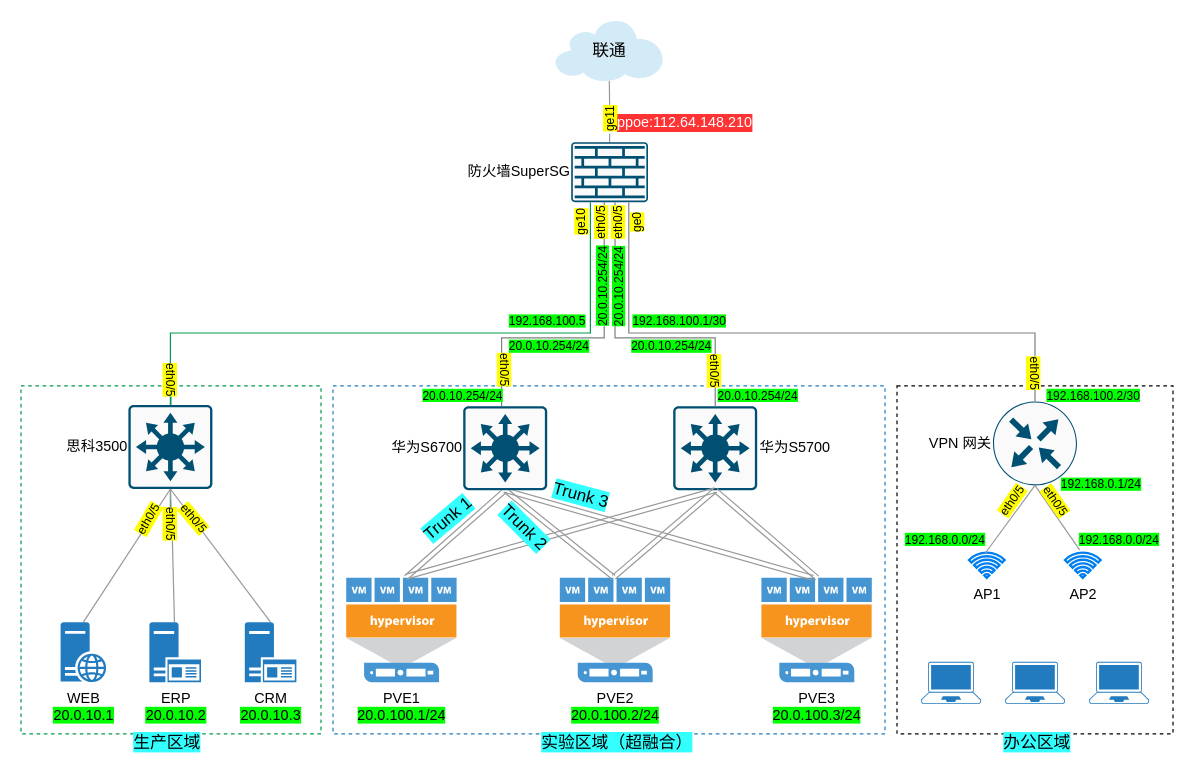
Above: page "实验环境拓扑图" (5 of 5) of Untitled Diagram.drawio in ahhfltj/cloud (draw.io), before the change. Source tidied: cells renumbered, new cells numbered last; positions are measured from the earlier drawing's top-left corner, leaving out a move shared by most shapes. Both pictures are drawn from the tidied source at 120%, with x=0, y=0 at pixel (20, 20).
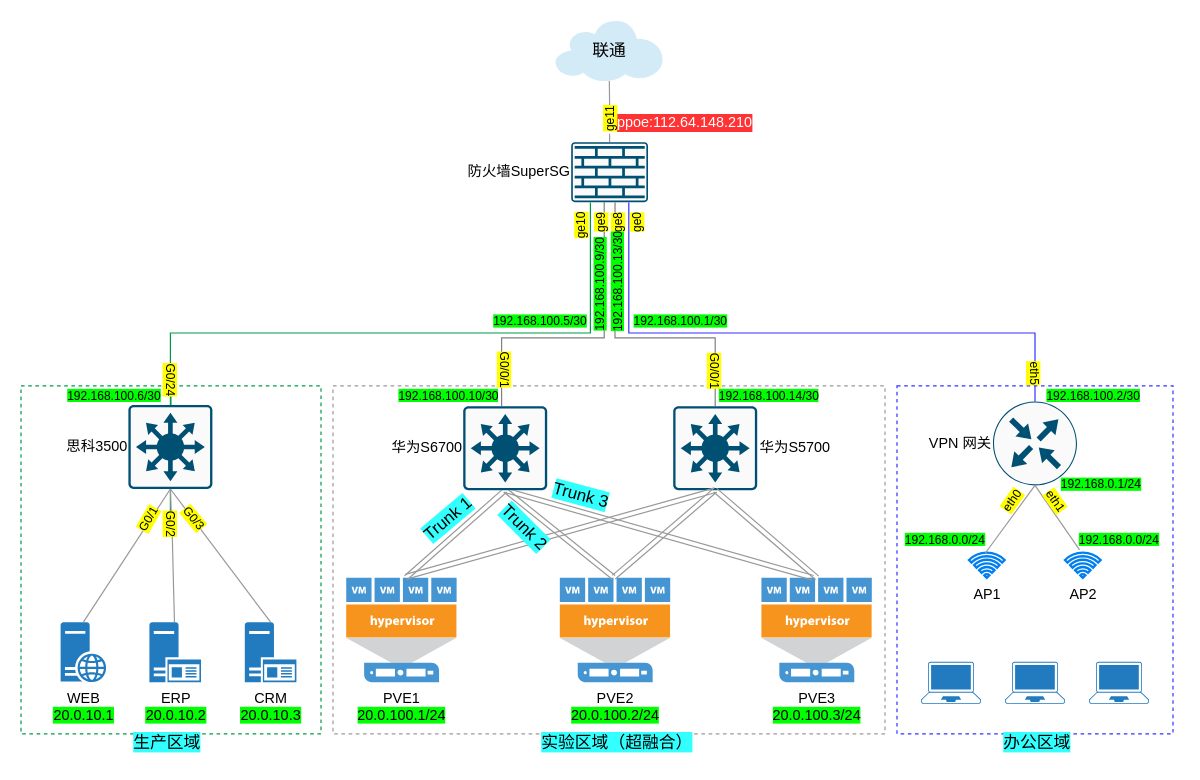
After the change.

The change refers to these unchanged cells:
```xml
<mxCell id="8" value="VPN 网关" style="points=[[0.5,0,0],[1,0.5,0],[0.5,1,0],[0,0.5,0],[0.145,0.145,0],[0.8555,0.145,0],[0.855,0.8555,0],[0.145,0.855,0]];verticalLabelPosition=middle;html=1;verticalAlign=middle;align=right;shape=mxgraph.cisco19.rect;prIcon=router;fillColor=#FAFAFA;strokeColor=#005073;labelPosition=left;" parent="1" vertex="1">
  <mxGeometry x="810" y="317" width="70" height="70" as="geometry" />
</mxCell>
<mxCell id="68" value="防火墙SuperSG" style="points=[[0.015,0.015,0],[0.985,0.015,0],[0.985,0.985,0],[0.015,0.985,0],[0.25,0,0],[0.5,0,0],[0.75,0,0],[1,0.25,0],[1,0.5,0],[1,0.75,0],[0.75,1,0],[0.5,1,0],[0.25,1,0],[0,0.75,0],[0,0.5,0],[0,0.25,0]];verticalLabelPosition=middle;html=1;verticalAlign=middle;align=right;shape=mxgraph.cisco19.rect;prIcon=firewall;fillColor=#FAFAFA;strokeColor=#005073;labelPosition=left;" parent="1" vertex="1">
  <mxGeometry x="458.5" y="101" width="64" height="50" as="geometry" />
</mxCell>
```

The edit, as a diff of the source:
```diff
@@
-    <mxCell id="2" style="whiteSpace=wrap;html=1;fontSize=14;verticalAlign=top;fillColor=none;dashed=1;" parent="1" vertex="1">
+    <mxCell id="2" style="whiteSpace=wrap;html=1;fontSize=14;verticalAlign=top;fillColor=none;dashed=1;strokeColor=#3333FF;" parent="1" vertex="1">
       <mxGeometry x="730" y="304" width="230" height="290" as="geometry" />
     </mxCell>
@@
-    <mxCell id="4" style="whiteSpace=wrap;html=1;fontSize=14;verticalAlign=top;fillColor=none;dashed=1;strokeColor=#227BBF;" parent="1" vertex="1">
+    <mxCell id="4" style="whiteSpace=wrap;html=1;fontSize=14;verticalAlign=top;fillColor=none;dashed=1;strokeColor=#999999;" parent="1" vertex="1">
       <mxGeometry x="260" y="304" width="460" height="290" as="geometry" />
     </mxCell>
@@
-    <mxCell id="22" style="edgeStyle=orthogonalEdgeStyle;rounded=0;elbow=vertical;html=1;startSize=10;endArrow=none;endFill=0;endSize=10;jettySize=auto;strokeColor=#808080;fontSize=14;exitX=0.75;exitY=1;exitDx=0;exitDy=0;exitPerimeter=0;entryX=0.5;entryY=0;entryDx=0;entryDy=0;entryPerimeter=0;" parent="1" edge="1" source="68" target="8">
+    <mxCell id="22" style="edgeStyle=orthogonalEdgeStyle;rounded=0;elbow=vertical;html=1;startSize=10;endArrow=none;endFill=0;endSize=10;jettySize=auto;fontSize=14;exitX=0.75;exitY=1;exitDx=0;exitDy=0;exitPerimeter=0;entryX=0.5;entryY=0;entryDx=0;entryDy=0;entryPerimeter=0;strokeColor=#3333FF;" parent="1" edge="1" source="68" target="8">
       <mxGeometry relative="1" as="geometry">
         <Array as="points">
           <mxPoint x="507" y="260" />
           <mxPoint x="845" y="260" />
         </Array>
       </mxGeometry>
     </mxCell>
@@
     <mxCell id="41" value="&lt;div style=&quot;font-size: 10px&quot;&gt;ge10&lt;/div&gt;" style="text;whiteSpace=wrap;html=1;horizontal=0;align=center;verticalAlign=middle;labelBackgroundColor=#FFFF00;fontSize=10;" parent="1" vertex="1">
-      <mxGeometry x="458.5" y="156" width="16" height="24" as="geometry" />
+      <mxGeometry x="458.5" y="159" width="16" height="24" as="geometry" />
     </mxCell>
-    <mxCell id="42" value="&lt;div style=&quot;font-size: 10px&quot;&gt;eth0/5&lt;/div&gt;" style="text;whiteSpace=wrap;html=1;horizontal=0;align=center;verticalAlign=middle;labelBackgroundColor=#FFFF00;fontSize=10;" parent="1" vertex="1">
+    <mxCell id="42" value="&lt;div style=&quot;font-size: 10px&quot;&gt;ge9&lt;/div&gt;" style="text;whiteSpace=wrap;html=1;horizontal=0;align=center;verticalAlign=middle;labelBackgroundColor=#FFFF00;fontSize=10;" parent="1" vertex="1">
       <mxGeometry x="475" y="156" width="16" height="24" as="geometry" />
     </mxCell>
-    <mxCell id="43" value="&lt;div style=&quot;font-size: 10px&quot;&gt;eth0/5&lt;/div&gt;" style="text;whiteSpace=wrap;html=1;horizontal=0;align=center;verticalAlign=middle;labelBackgroundColor=#FFFF00;fontSize=10;" parent="1" vertex="1">
+    <mxCell id="43" value="&lt;div style=&quot;font-size: 10px&quot;&gt;ge8&lt;/div&gt;" style="text;whiteSpace=wrap;html=1;horizontal=0;align=center;verticalAlign=middle;labelBackgroundColor=#FFFF00;fontSize=10;" parent="1" vertex="1">
       <mxGeometry x="489" y="156" width="16" height="24" as="geometry" />
     </mxCell>
@@
-    <mxCell id="45" value="&lt;div style=&quot;font-size: 10px&quot;&gt;eth0/5&lt;/div&gt;" style="text;whiteSpace=wrap;html=1;horizontal=0;align=center;verticalAlign=middle;labelBackgroundColor=#FFFF00;fontSize=10;rotation=-180;" parent="1" vertex="1">
+    <mxCell id="45" value="&lt;div style=&quot;font-size: 10px&quot;&gt;eth5&lt;/div&gt;" style="text;whiteSpace=wrap;html=1;horizontal=0;align=center;verticalAlign=middle;labelBackgroundColor=#FFFF00;fontSize=10;rotation=-180;" parent="1" vertex="1">
       <mxGeometry x="837" y="282" width="16" height="24" as="geometry" />
     </mxCell>
-    <mxCell id="46" value="&lt;div style=&quot;font-size: 10px&quot;&gt;eth0/5&lt;/div&gt;" style="text;whiteSpace=wrap;html=1;horizontal=0;align=center;verticalAlign=middle;labelBackgroundColor=#FFFF00;fontSize=10;rotation=-215;" parent="1" vertex="1">
+    <mxCell id="46" value="&lt;div style=&quot;font-size: 10px&quot;&gt;eth1&lt;/div&gt;" style="text;whiteSpace=wrap;html=1;horizontal=0;align=center;verticalAlign=middle;labelBackgroundColor=#FFFF00;fontSize=10;rotation=-215;" parent="1" vertex="1">
       <mxGeometry x="855" y="388" width="16" height="24" as="geometry" />
     </mxCell>
-    <mxCell id="47" value="&lt;div style=&quot;font-size: 10px&quot;&gt;eth0/5&lt;/div&gt;" style="text;whiteSpace=wrap;html=1;horizontal=0;align=center;verticalAlign=middle;labelBackgroundColor=#FFFF00;fontSize=10;rotation=35;" parent="1" vertex="1">
+    <mxCell id="47" value="&lt;div style=&quot;font-size: 10px&quot;&gt;eth0&lt;/div&gt;" style="text;whiteSpace=wrap;html=1;horizontal=0;align=center;verticalAlign=middle;labelBackgroundColor=#FFFF00;fontSize=10;rotation=35;" parent="1" vertex="1">
       <mxGeometry x="815" y="388" width="21" height="24" as="geometry" />
     </mxCell>
-    <mxCell id="48" value="&lt;div style=&quot;font-size: 10px&quot;&gt;eth0/5&lt;/div&gt;" style="text;whiteSpace=wrap;html=1;horizontal=0;align=center;verticalAlign=middle;labelBackgroundColor=#FFFF00;fontSize=10;rotation=-180;" parent="1" vertex="1">
+    <mxCell id="48" value="&lt;div style=&quot;font-size: 10px&quot;&gt;G0/0/1&lt;/div&gt;" style="text;whiteSpace=wrap;html=1;horizontal=0;align=center;verticalAlign=middle;labelBackgroundColor=#FFFF00;fontSize=10;rotation=-180;" parent="1" vertex="1">
       <mxGeometry x="396" y="279" width="16" height="24" as="geometry" />
     </mxCell>
-    <mxCell id="49" value="&lt;div style=&quot;font-size: 10px&quot;&gt;eth0/5&lt;/div&gt;" style="text;whiteSpace=wrap;html=1;horizontal=0;align=center;verticalAlign=middle;labelBackgroundColor=#FFFF00;fontSize=10;rotation=-180;" parent="1" vertex="1">
+    <mxCell id="49" value="&lt;div style=&quot;font-size: 10px&quot;&gt;G0/0/1&lt;/div&gt;" style="text;whiteSpace=wrap;html=1;horizontal=0;align=center;verticalAlign=middle;labelBackgroundColor=#FFFF00;fontSize=10;rotation=-180;" parent="1" vertex="1">
       <mxGeometry x="571" y="280" width="16" height="24" as="geometry" />
     </mxCell>
-    <mxCell id="50" value="&lt;div style=&quot;font-size: 10px&quot;&gt;eth0/5&lt;/div&gt;" style="text;whiteSpace=wrap;html=1;horizontal=0;align=center;verticalAlign=middle;labelBackgroundColor=#FFFF00;fontSize=10;rotation=-180;" parent="1" vertex="1">
+    <mxCell id="50" value="&lt;div style=&quot;font-size: 10px&quot;&gt;G0/24&lt;/div&gt;" style="text;whiteSpace=wrap;html=1;horizontal=0;align=center;verticalAlign=middle;labelBackgroundColor=#FFFF00;fontSize=10;rotation=-180;" parent="1" vertex="1">
       <mxGeometry x="117.5" y="287" width="16" height="24" as="geometry" />
     </mxCell>
-    <mxCell id="51" value="&lt;span style=&quot;background-color: rgb(0 , 255 , 0)&quot;&gt;192.168.100.5&lt;/span&gt;" style="text;whiteSpace=wrap;html=1;fontSize=10;" parent="1" vertex="1">
-      <mxGeometry x="404.5" y="238.2" width="70" height="24.9" as="geometry" />
+    <mxCell id="51" value="&lt;span style=&quot;background-color: rgb(0 , 255 , 0)&quot;&gt;192.168.100.5/30&lt;/span&gt;" style="text;whiteSpace=wrap;html=1;fontSize=10;" parent="1" vertex="1">
+      <mxGeometry x="391.5" y="238.2" width="70" height="24.9" as="geometry" />
     </mxCell>
     <mxCell id="52" value="&lt;span style=&quot;background-color: rgb(0 , 255 , 0)&quot;&gt;192.168.100.1/30&lt;/span&gt;" style="text;whiteSpace=wrap;html=1;fontSize=10;" parent="1" vertex="1">
-      <mxGeometry x="507.5" y="238.2" width="79" height="20" as="geometry" />
+      <mxGeometry x="508.5" y="238.2" width="79" height="20" as="geometry" />
     </mxCell>
@@
-    <mxCell id="54" value="&lt;span style=&quot;background-color: rgb(0 , 255 , 0)&quot;&gt;20.0.10.254/24&lt;/span&gt;" style="text;whiteSpace=wrap;html=1;fontSize=10;" parent="1" vertex="1">
-      <mxGeometry x="332.7" y="300" width="85.3" height="37.9" as="geometry" />
-    </mxCell>
-    <mxCell id="55" value="&lt;span style=&quot;background-color: rgb(0 , 255 , 0)&quot;&gt;20.0.10.254/24&lt;/span&gt;" style="text;whiteSpace=wrap;html=1;fontSize=10;" parent="1" vertex="1">
-      <mxGeometry x="579" y="300" width="85.3" height="37.9" as="geometry" />
-    </mxCell>
-    <mxCell id="56" value="&lt;span style=&quot;background-color: rgb(0 , 255 , 0)&quot;&gt;20.0.10.254/24&lt;/span&gt;" style="text;whiteSpace=wrap;html=1;fontSize=10;" parent="1" vertex="1">
-      <mxGeometry x="507" y="259.1" width="85.3" height="37.9" as="geometry" />
+    <mxCell id="56" value="&lt;span style=&quot;background-color: rgb(0 , 255 , 0)&quot;&gt;192.168.100.14/30&lt;/span&gt;" style="text;whiteSpace=wrap;html=1;fontSize=10;" parent="1" vertex="1">
+      <mxGeometry x="580" y="300" width="85.3" height="37.9" as="geometry" />
     </mxCell>
-    <mxCell id="57" value="&lt;span style=&quot;background-color: rgb(0 , 255 , 0)&quot;&gt;20.0.10.254/24&lt;/span&gt;" style="text;whiteSpace=wrap;html=1;fontSize=10;" parent="1" vertex="1">
-      <mxGeometry x="404.7" y="259.1" width="85.3" height="37.9" as="geometry" />
+    <mxCell id="57" value="&lt;span style=&quot;background-color: rgb(0 , 255 , 0)&quot;&gt;192.168.100.10/30&lt;/span&gt;" style="text;whiteSpace=wrap;html=1;fontSize=10;" parent="1" vertex="1">
+      <mxGeometry x="313.2" y="300" width="85.3" height="24.9" as="geometry" />
     </mxCell>
@@
-    <mxCell id="64" value="&lt;div style=&quot;font-size: 10px&quot;&gt;eth0/5&lt;/div&gt;" style="text;whiteSpace=wrap;html=1;horizontal=0;align=center;verticalAlign=middle;labelBackgroundColor=#FFFF00;fontSize=10;rotation=30;" parent="1" vertex="1">
+    <mxCell id="64" value="&lt;div style=&quot;font-size: 10px&quot;&gt;G0/1&lt;/div&gt;" style="text;whiteSpace=wrap;html=1;horizontal=0;align=center;verticalAlign=middle;labelBackgroundColor=#FFFF00;fontSize=10;rotation=30;" parent="1" vertex="1">
       <mxGeometry x="98" y="403" width="16" height="24" as="geometry" />
     </mxCell>
-    <mxCell id="65" value="&lt;div style=&quot;font-size: 10px&quot;&gt;eth0/5&lt;/div&gt;" style="text;whiteSpace=wrap;html=1;horizontal=0;align=center;verticalAlign=middle;labelBackgroundColor=#FFFF00;fontSize=10;rotation=-220;" parent="1" vertex="1">
+    <mxCell id="65" value="&lt;div style=&quot;font-size: 10px&quot;&gt;G0/3&lt;/div&gt;" style="text;whiteSpace=wrap;html=1;horizontal=0;align=center;verticalAlign=middle;labelBackgroundColor=#FFFF00;fontSize=10;rotation=-220;" parent="1" vertex="1">
       <mxGeometry x="136.5" y="402" width="16" height="24" as="geometry" />
     </mxCell>
-    <mxCell id="66" value="&lt;div style=&quot;font-size: 10px&quot;&gt;eth0/5&lt;/div&gt;" style="text;whiteSpace=wrap;html=1;horizontal=0;align=center;verticalAlign=middle;labelBackgroundColor=#FFFF00;fontSize=10;rotation=-180;" parent="1" vertex="1">
+    <mxCell id="66" value="&lt;div style=&quot;font-size: 10px&quot;&gt;G0/2&lt;/div&gt;" style="text;whiteSpace=wrap;html=1;horizontal=0;align=center;verticalAlign=middle;labelBackgroundColor=#FFFF00;fontSize=10;rotation=-180;" parent="1" vertex="1">
       <mxGeometry x="117.5" y="407" width="16" height="24" as="geometry" />
     </mxCell>
@@
-    <mxCell id="71" value="&lt;span style=&quot;background-color: rgb(0 , 255 , 0)&quot;&gt;20.0.10.254/24&lt;/span&gt;" style="text;whiteSpace=wrap;html=1;fontSize=10;rotation=-90;" parent="1" vertex="1">
-      <mxGeometry x="465" y="210" width="67.9" height="25" as="geometry" />
+    <mxCell id="71" value="&lt;span style=&quot;background-color: rgb(0 , 255 , 0)&quot;&gt;192.168.100.13/30&lt;/span&gt;" style="text;whiteSpace=wrap;html=1;fontSize=10;rotation=-90;" parent="1" vertex="1">
+      <mxGeometry x="464" y="214" width="67.9" height="25" as="geometry" />
     </mxCell>
-    <mxCell id="72" value="&lt;span style=&quot;background-color: rgb(0 , 255 , 0)&quot;&gt;20.0.10.254/24&lt;/span&gt;" style="text;whiteSpace=wrap;html=1;fontSize=10;rotation=-90;" parent="1" vertex="1">
-      <mxGeometry x="451.1" y="210.5" width="67.9" height="24" as="geometry" />
+    <mxCell id="72" value="&lt;span style=&quot;background-color: rgb(0 , 255 , 0)&quot;&gt;192.168.100.9/30&lt;/span&gt;" style="text;whiteSpace=wrap;html=1;fontSize=10;rotation=-90;" parent="1" vertex="1">
+      <mxGeometry x="449.1" y="214.5" width="67.9" height="24" as="geometry" />
     </mxCell>
@@
+    <mxCell id="74" value="&lt;span style=&quot;background-color: rgb(0 , 255 , 0)&quot;&gt;192.168.100.6/30&lt;/span&gt;" style="text;whiteSpace=wrap;html=1;fontSize=10;" parent="1" vertex="1">
+      <mxGeometry x="37" y="300" width="70" height="24.9" as="geometry" />
+    </mxCell>
```
